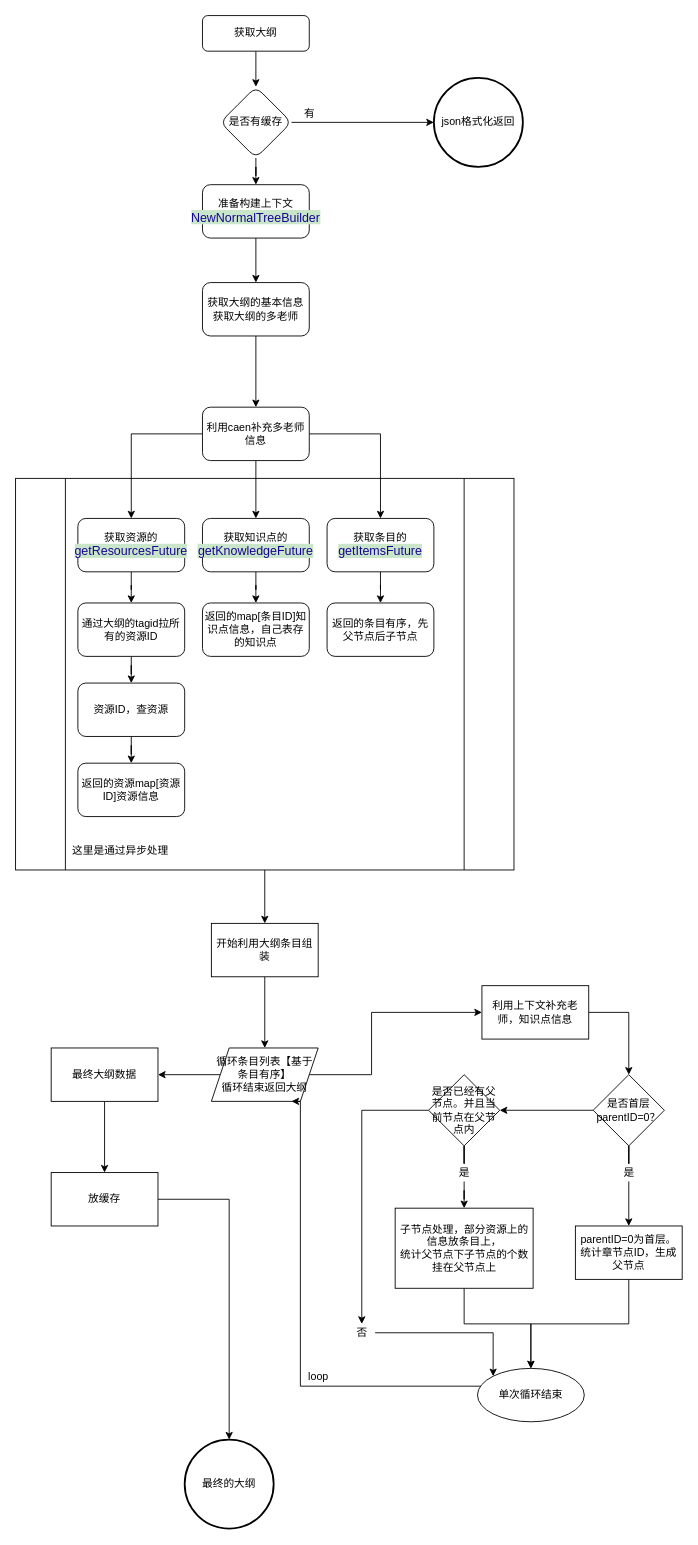
Earlier version of the draw.io diagram 大纲组装流程.drawio (lxp521125/7788chat). Source tidied: cells renumbered, new cells numbered last; positions are measured from the earlier drawing's top-left corner, leaving out a move shared by most shapes. Both pictures are drawn from the tidied source at 89%, with x=0, y=0 at pixel (15, 15).
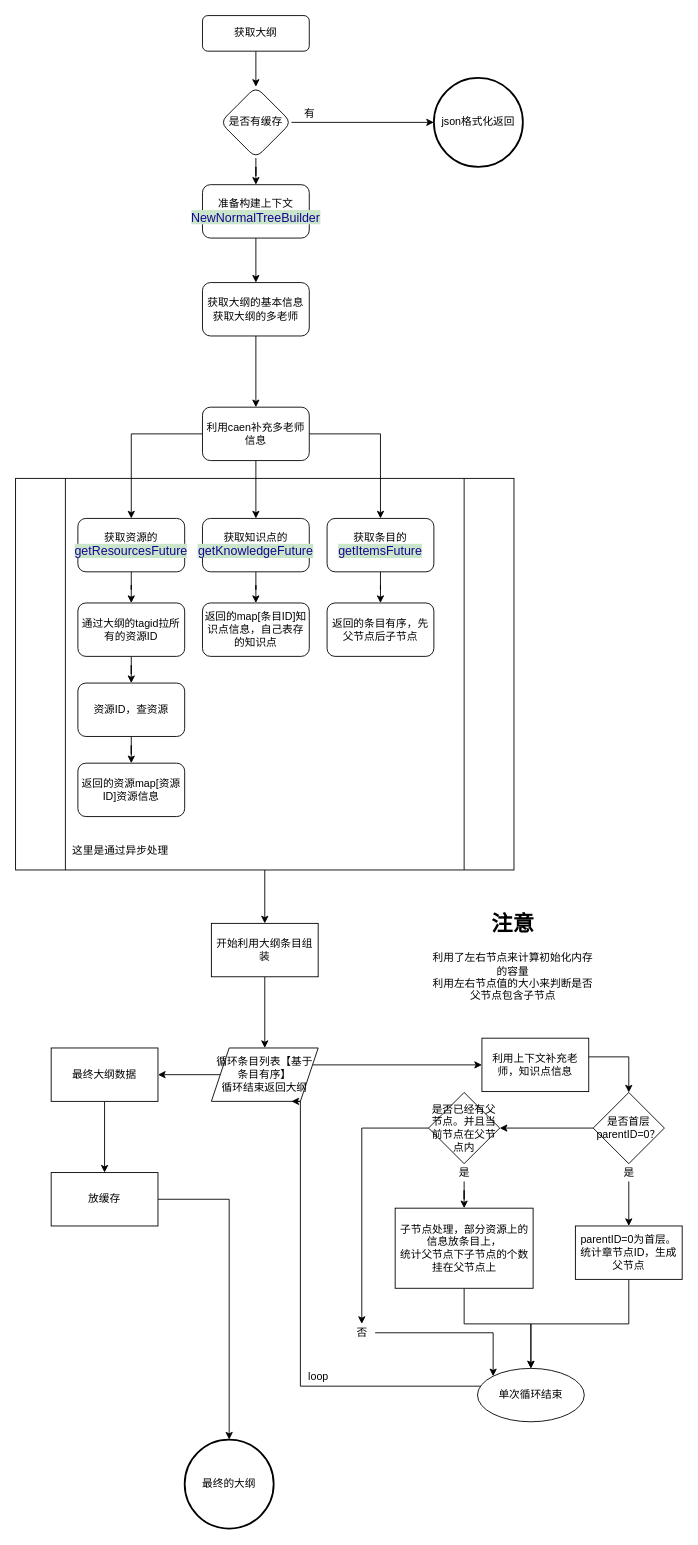
After the change.

Commit message (it also covers changes not shown here):
更新大纲组装流程.drawio

The change refers to these unchanged cells:
```xml
<mxCell id="35" value="循环条目列表【基于条目有序】&lt;br&gt;循环结束返回大纲" style="shape=parallelogram;perimeter=parallelogramPerimeter;whiteSpace=wrap;html=1;fixedSize=1;spacing=2;spacingTop=0;spacingLeft=0;spacingRight=0;" parent="1" vertex="1">
  <mxGeometry x="220" y="1160" width="120" height="60" as="geometry" />
</mxCell>
<mxCell id="48" value="是" style="text;html=1;align=center;verticalAlign=middle;points=[];strokeColor=none;fillColor=none;" parent="1" vertex="1">
  <mxGeometry x="489" y="1290" width="30" height="20" as="geometry" />
</mxCell>
<mxCell id="50" value="是" style="text;html=1;align=center;verticalAlign=middle;points=[];strokeColor=none;fillColor=none;" parent="1" vertex="1">
  <mxGeometry x="674" y="1290" width="30" height="20" as="geometry" />
</mxCell>
```

What changed in the source:
```diff
@@
     <mxCell id="33" style="edgeStyle=orthogonalEdgeStyle;rounded=0;jettySize=auto;html=1;" parent="1" edge="1" source="35" target="39">
       <mxGeometry relative="1" as="geometry">
         <Array as="points">
-          <mxPoint x="400" y="1190" />
-          <mxPoint x="400" y="1120" />
+          <mxPoint x="370" y="1179" />
+          <mxPoint x="370" y="1179" />
         </Array>
       </mxGeometry>
     </mxCell>
@@
     <mxCell id="38" style="edgeStyle=orthogonalEdgeStyle;rounded=0;jettySize=auto;html=1;" parent="1" edge="1" source="39" target="42">
       <mxGeometry relative="1" as="geometry">
         <Array as="points">
-          <mxPoint x="689" y="1120" />
+          <mxPoint x="689" y="1170" />
         </Array>
       </mxGeometry>
     </mxCell>
     <mxCell id="39" value="利用上下文补充老师，知识点信息" style="whiteSpace=wrap;html=1;spacing=2;spacingTop=0;spacingLeft=0;spacingRight=0;" parent="1" vertex="1">
-      <mxGeometry x="524" y="1090" width="120" height="60" as="geometry" />
+      <mxGeometry x="524" y="1149" width="120" height="60" as="geometry" />
     </mxCell>
@@
     <mxCell id="42" value="是否首层parentID=0？" style="rhombus;whiteSpace=wrap;html=1;spacing=2;spacingTop=0;spacingLeft=0;spacingRight=0;" parent="1" vertex="1">
-      <mxGeometry x="649" y="1190" width="80" height="80" as="geometry" />
+      <mxGeometry x="649" y="1210" width="80" height="80" as="geometry" />
     </mxCell>
@@
     <mxCell id="45" value="是否已经有父节点。并且当前节点在父节点内" style="rhombus;whiteSpace=wrap;html=1;spacing=2;spacingTop=0;spacingLeft=0;spacingRight=0;" parent="1" vertex="1">
-      <mxGeometry x="464" y="1190" width="80" height="80" as="geometry" />
+      <mxGeometry x="464" y="1210" width="80" height="80" as="geometry" />
     </mxCell>
@@
     <mxCell id="49" style="edgeStyle=orthogonalEdgeStyle;rounded=0;jettySize=auto;html=1;endArrow=none;" parent="1" edge="1" source="45" target="48">
-      <mxGeometry relative="1" as="geometry" />
+      <mxGeometry relative="1" as="geometry">
+        <Array as="points">
+          <mxPoint x="504" y="1310" />
+          <mxPoint x="504" y="1310" />
+        </Array>
+      </mxGeometry>
     </mxCell>
@@
-    <mxCell id="51" style="edgeStyle=orthogonalEdgeStyle;rounded=0;jettySize=auto;html=1;endArrow=none;" parent="1" edge="1" source="42" target="50">
-      <mxGeometry relative="1" as="geometry" />
-    </mxCell>
@@
+    <mxCell id="63" value="&lt;h1&gt;注意&lt;/h1&gt;&lt;div&gt;利用了左右节点来计算初始化内存的容量&lt;/div&gt;&lt;div&gt;利用左右节点值的大小来判断是否父节点包含子节点&lt;/div&gt;" style="text;html=1;strokeColor=none;fillColor=none;spacing=5;spacingTop=-20;whiteSpace=wrap;overflow=hidden;rounded=0;align=center;verticalAlign=middle;" parent="1" vertex="1">
+      <mxGeometry x="464" y="1000" width="190" height="120" as="geometry" />
+    </mxCell>
```
